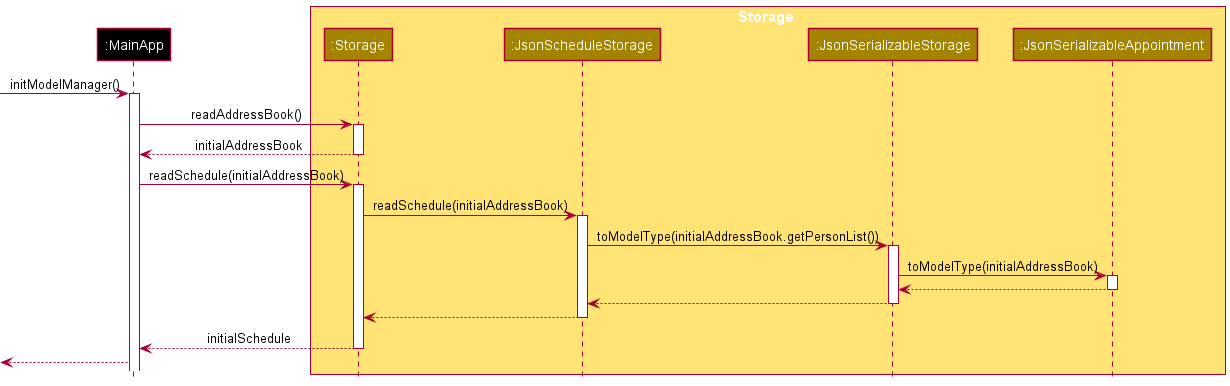
The PlantUML diagram docs/images/ScheduleInflationSequenceDiagram.png in nus-cs2103-AY2122S2/tp, before a commit. Its diagram source:
```plantuml
@startuml
!include ../style.puml

participant ":MainApp" as MainApp #000000

box Storage STORAGE_COLOR_T1
participant ":Storage" as Storage STORAGE_COLOR
participant ":JsonScheduleStorage" as ScheduleStorage STORAGE_COLOR
participant ":JsonSerializableStorage" as JsonSerializableStorage STORAGE_COLOR
participant ":JsonSerializableAppointment" as JsonSerializableAppointment STORAGE_COLOR
end box

[-> MainApp : initModelManager()
activate MainApp
MainApp -> Storage : readAddressBook()
activate Storage
MainApp <-- Storage : initialAddressBook
deactivate Storage

MainApp -> Storage : readSchedule(initialAddressBook)
activate Storage
Storage -> ScheduleStorage : readSchedule(initialAddressBook)
activate ScheduleStorage
ScheduleStorage -> JsonSerializableStorage : toModelType(initialAddressBook.getPersonList())
activate JsonSerializableStorage
JsonSerializableStorage -> JsonSerializableAppointment : toModelType(initialAddressBook)
activate JsonSerializableAppointment
JsonSerializableStorage <-- JsonSerializableAppointment
deactivate JsonSerializableAppointment
ScheduleStorage <-- JsonSerializableStorage
deactivate JsonSerializableStorage
Storage <-- ScheduleStorage
deactivate ScheduleStorage
MainApp <-- Storage : initialSchedule
deactivate Storage
[<-- MainApp


@enduml
```
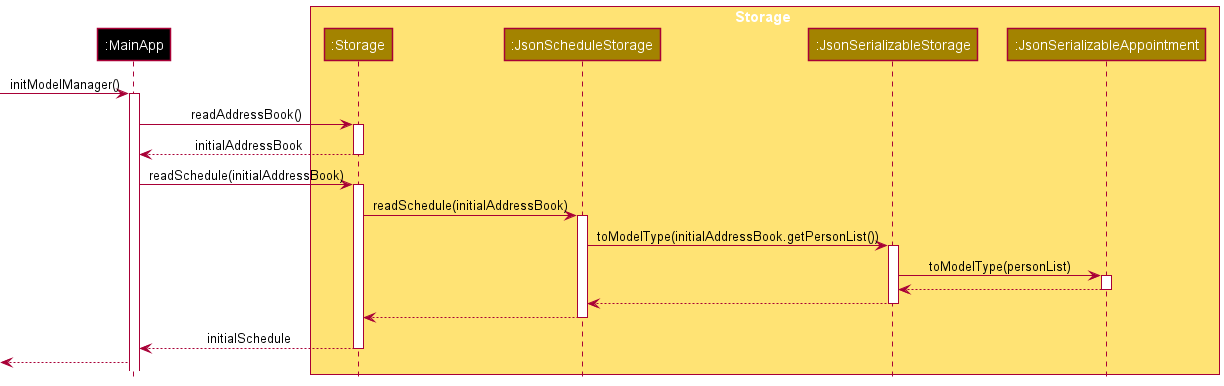
The same file after the commit.

Commit message:
Update developer guide diagram

Change to the diagram source:
```diff
@@ -23,7 +23,7 @@
 activate ScheduleStorage
 ScheduleStorage -> JsonSerializableStorage : toModelType(initialAddressBook.getPersonList())
 activate JsonSerializableStorage
-JsonSerializableStorage -> JsonSerializableAppointment : toModelType(initialAddressBook)
+JsonSerializableStorage -> JsonSerializableAppointment : toModelType(personList)
 activate JsonSerializableAppointment
 JsonSerializableStorage <-- JsonSerializableAppointment
 deactivate JsonSerializableAppointment
```
